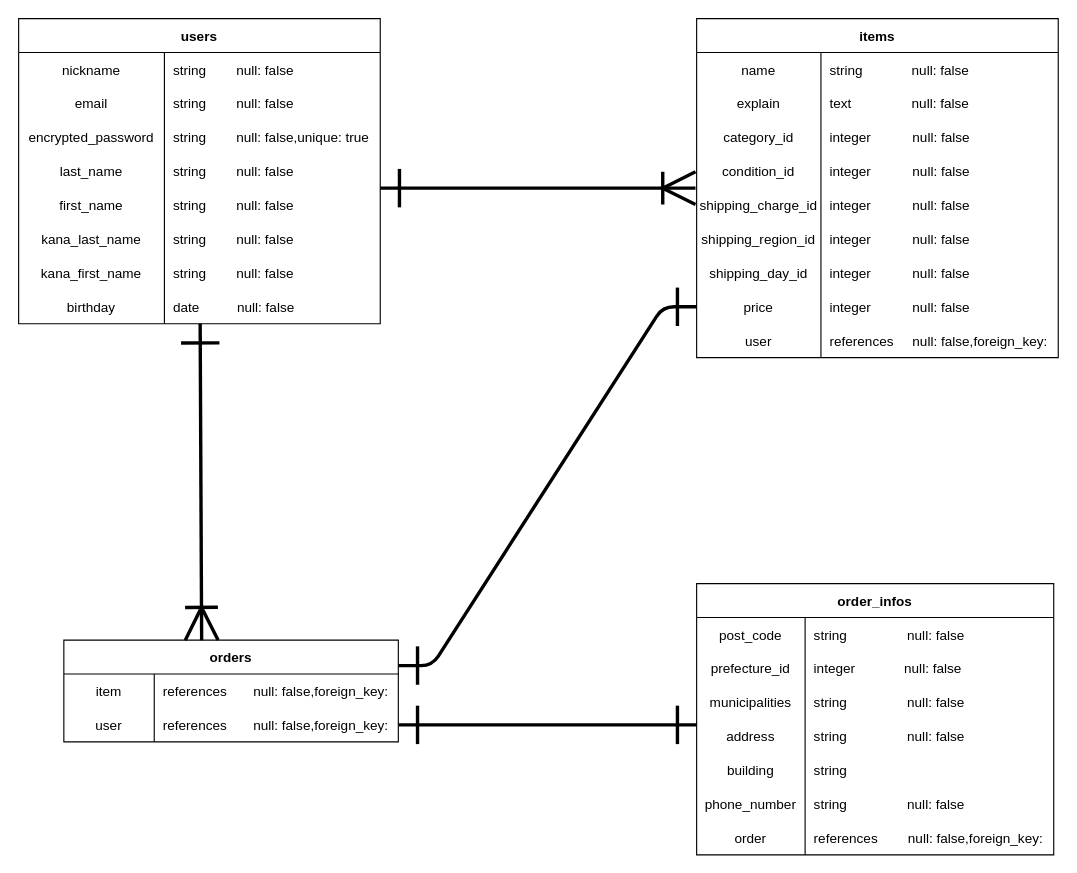
Earlier version of the draw.io diagram ER.dio (YOSHIKI-NAGAMINE/furima-38929). Source tidied: cells renumbered, new cells numbered last; positions are measured from the earlier drawing's top-left corner, leaving out a move shared by most shapes. Both pictures are drawn from the tidied source at 113%, with x=0, y=0 at pixel (18, 18).
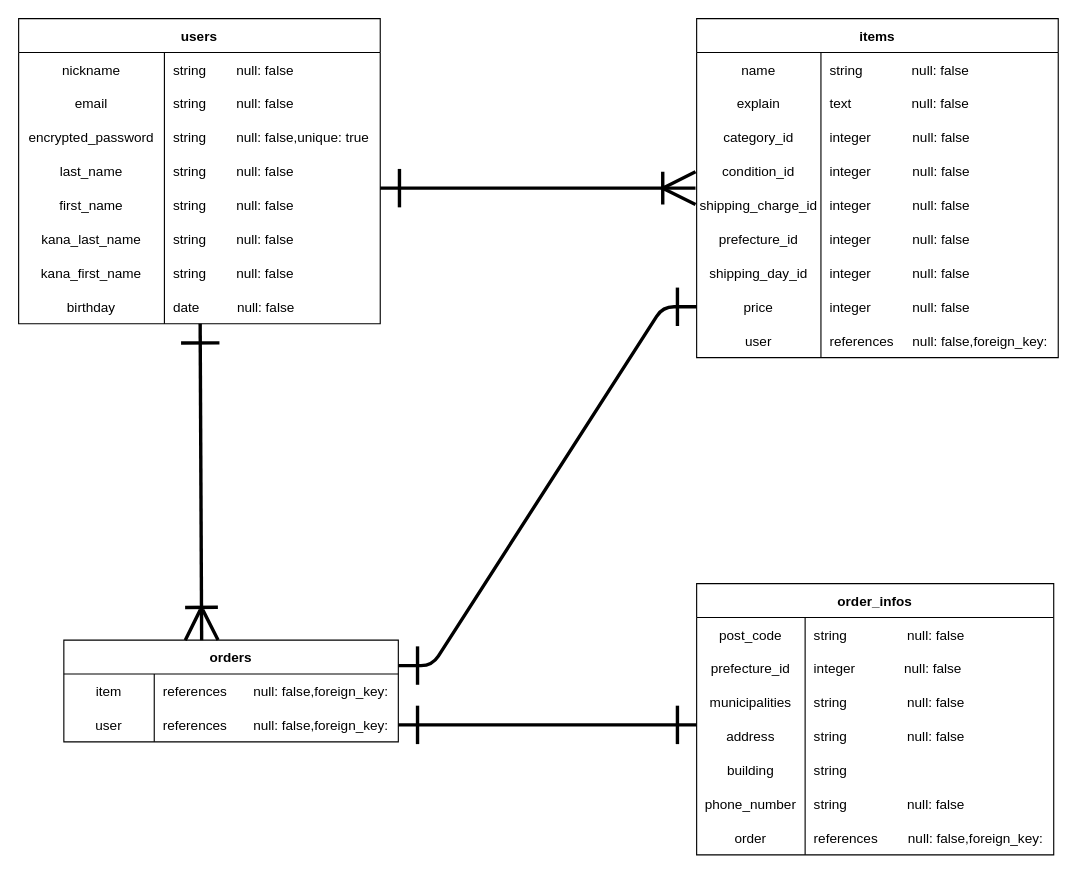
After the change.

Unchanged cells that the change refers to:
```xml
<mxCell id="18" style="shape=tableRow;horizontal=0;startSize=0;swimlaneHead=0;swimlaneBody=0;fillColor=none;top=0;left=0;right=0;bottom=0;" parent="2" vertex="1">
  <mxGeometry y="180" width="320" height="30" as="geometry" />
</mxCell>
```

Change to the diagram source:
```diff
@@
-    <mxCell id="19" value="shipping_region_id" style="shape=partialRectangle;fillColor=none;top=0;left=0;bottom=0;right=0;overflow=hidden;" parent="18" vertex="1">
+    <mxCell id="19" value="prefecture_id" style="shape=partialRectangle;fillColor=none;top=0;left=0;bottom=0;right=0;overflow=hidden;" parent="18" vertex="1">
       <mxGeometry width="110" height="30" as="geometry" />
     </mxCell>
```
